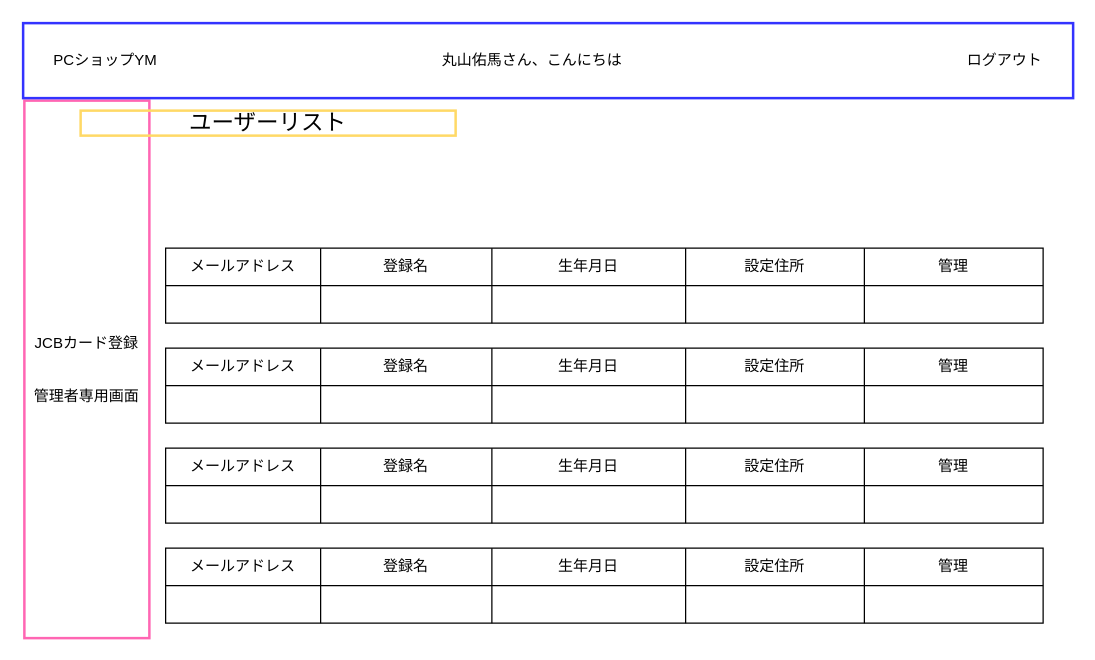
Before: page "ユーザーリスト" (12 of 22) of src/main/resources/templates/shopping/Untitled Diagram.drawio in YumaMaruyama/ITworksTRYshopping, a draw.io diagram. Source tidied: cells renumbered, new cells numbered last; positions are measured from the earlier drawing's top-left corner, leaving out a move shared by most shapes. Both pictures are drawn from the tidied source at 125%, with x=0, y=0 at pixel (22, 22).
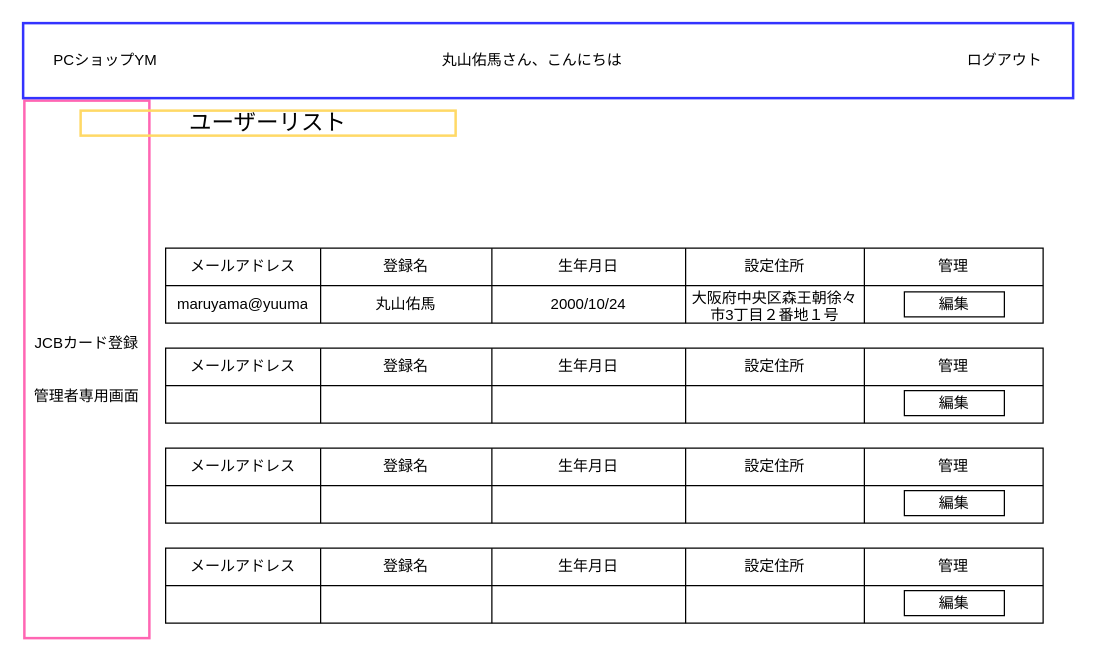
Above is the later version.

The change refers to these unchanged cells:
```xml
<mxCell id="11" style="shape=partialRectangle;fillColor=none;top=0;left=0;bottom=0;right=0;" parent="4" vertex="1">
  <mxGeometry y="30" width="702" height="30" as="geometry" />
</mxCell>
```

Change to the diagram source:
```diff
@@
-    <mxCell id="12" style="shape=partialRectangle;html=1;whiteSpace=wrap;overflow=hidden;fillColor=none;top=0;left=0;bottom=0;right=0;" parent="11" vertex="1">
+    <mxCell id="12" value="maruyama@yuuma" style="shape=partialRectangle;html=1;whiteSpace=wrap;overflow=hidden;fillColor=none;top=0;left=0;bottom=0;right=0;" parent="11" vertex="1">
       <mxGeometry width="124" height="30" as="geometry" />
     </mxCell>
-    <mxCell id="13" style="shape=partialRectangle;html=1;whiteSpace=wrap;overflow=hidden;fillColor=none;top=0;left=0;bottom=0;right=0;" parent="11" vertex="1">
+    <mxCell id="13" value="丸山佑馬" style="shape=partialRectangle;html=1;whiteSpace=wrap;overflow=hidden;fillColor=none;top=0;left=0;bottom=0;right=0;" parent="11" vertex="1">
       <mxGeometry x="124" width="137" height="30" as="geometry" />
     </mxCell>
-    <mxCell id="14" style="shape=partialRectangle;html=1;whiteSpace=wrap;overflow=hidden;fillColor=none;top=0;left=0;bottom=0;right=0;" parent="11" vertex="1">
+    <mxCell id="14" value="2000/10/24" style="shape=partialRectangle;html=1;whiteSpace=wrap;overflow=hidden;fillColor=none;top=0;left=0;bottom=0;right=0;" parent="11" vertex="1">
       <mxGeometry x="261" width="155" height="30" as="geometry" />
     </mxCell>
-    <mxCell id="15" style="shape=partialRectangle;html=1;whiteSpace=wrap;overflow=hidden;fillColor=none;top=0;left=0;bottom=0;right=0;" parent="11" vertex="1">
+    <mxCell id="15" value="大阪府中央区森王朝徐々市3丁目２番地１号" style="shape=partialRectangle;html=1;whiteSpace=wrap;overflow=hidden;fillColor=none;top=0;left=0;bottom=0;right=0;" parent="11" vertex="1">
       <mxGeometry x="416" width="143" height="30" as="geometry" />
     </mxCell>
@@
+    <mxCell id="57" value="編集" style="rounded=0;whiteSpace=wrap;html=1;" parent="1" vertex="1">
+      <mxGeometry x="705" y="215" width="80" height="20" as="geometry" />
+    </mxCell>
+    <mxCell id="58" value="編集" style="rounded=0;whiteSpace=wrap;html=1;" parent="1" vertex="1">
+      <mxGeometry x="705" y="294" width="80" height="20" as="geometry" />
+    </mxCell>
+    <mxCell id="59" value="編集" style="rounded=0;whiteSpace=wrap;html=1;" parent="1" vertex="1">
+      <mxGeometry x="705" y="374" width="80" height="20" as="geometry" />
+    </mxCell>
+    <mxCell id="60" value="編集" style="rounded=0;whiteSpace=wrap;html=1;" parent="1" vertex="1">
+      <mxGeometry x="705" y="454" width="80" height="20" as="geometry" />
+    </mxCell>
```
